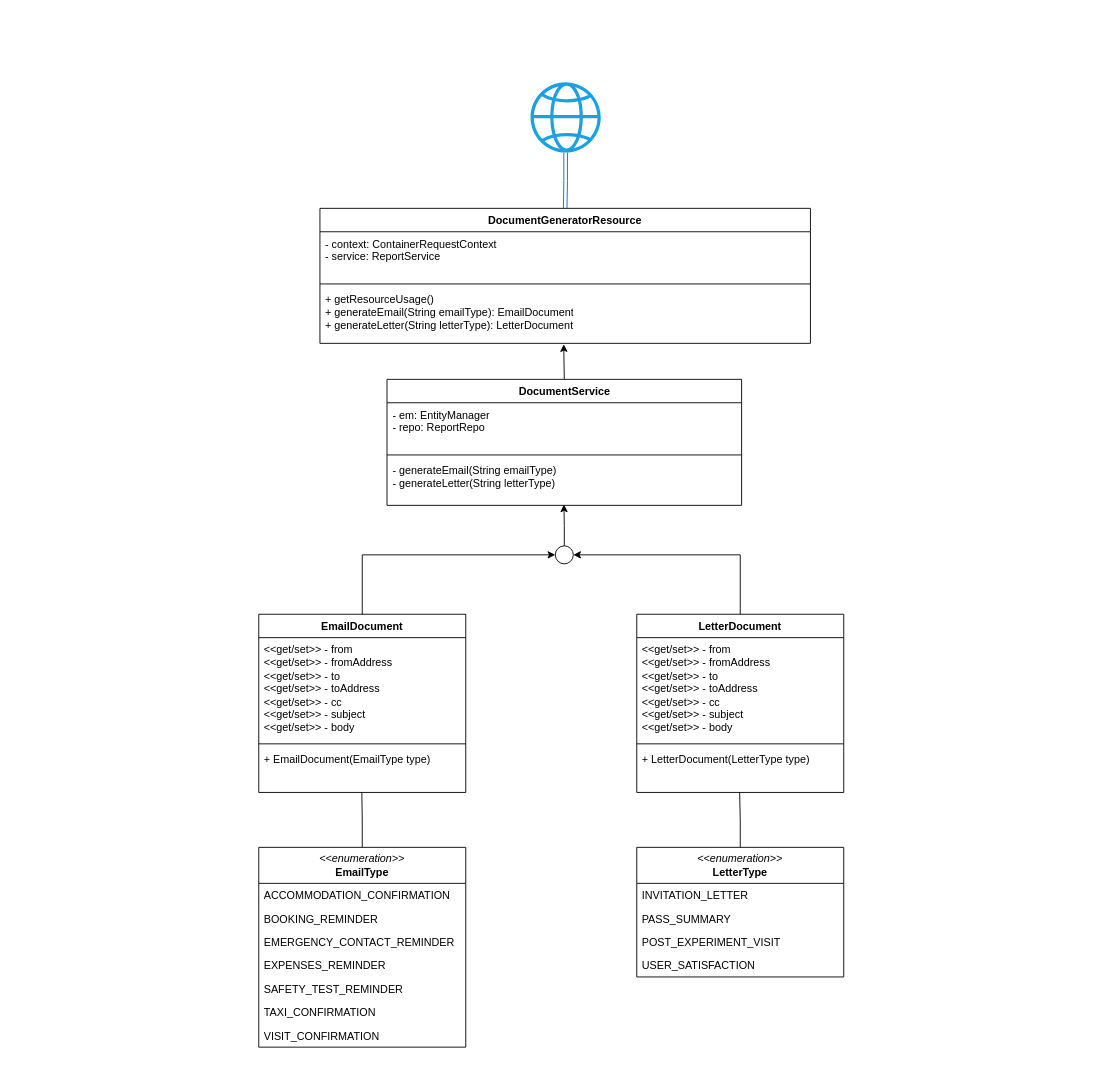
This is Document generation class diagram.drawio from ambolt314/FinalProjectDesign, a draw.io file, before an edit. Source tidied: cells renumbered, new cells numbered last; positions are measured from the earlier drawing's top-left corner, leaving out a move shared by most shapes. Both pictures are drawn from the tidied source at 90%, with x=0, y=0 at pixel (258, 82).
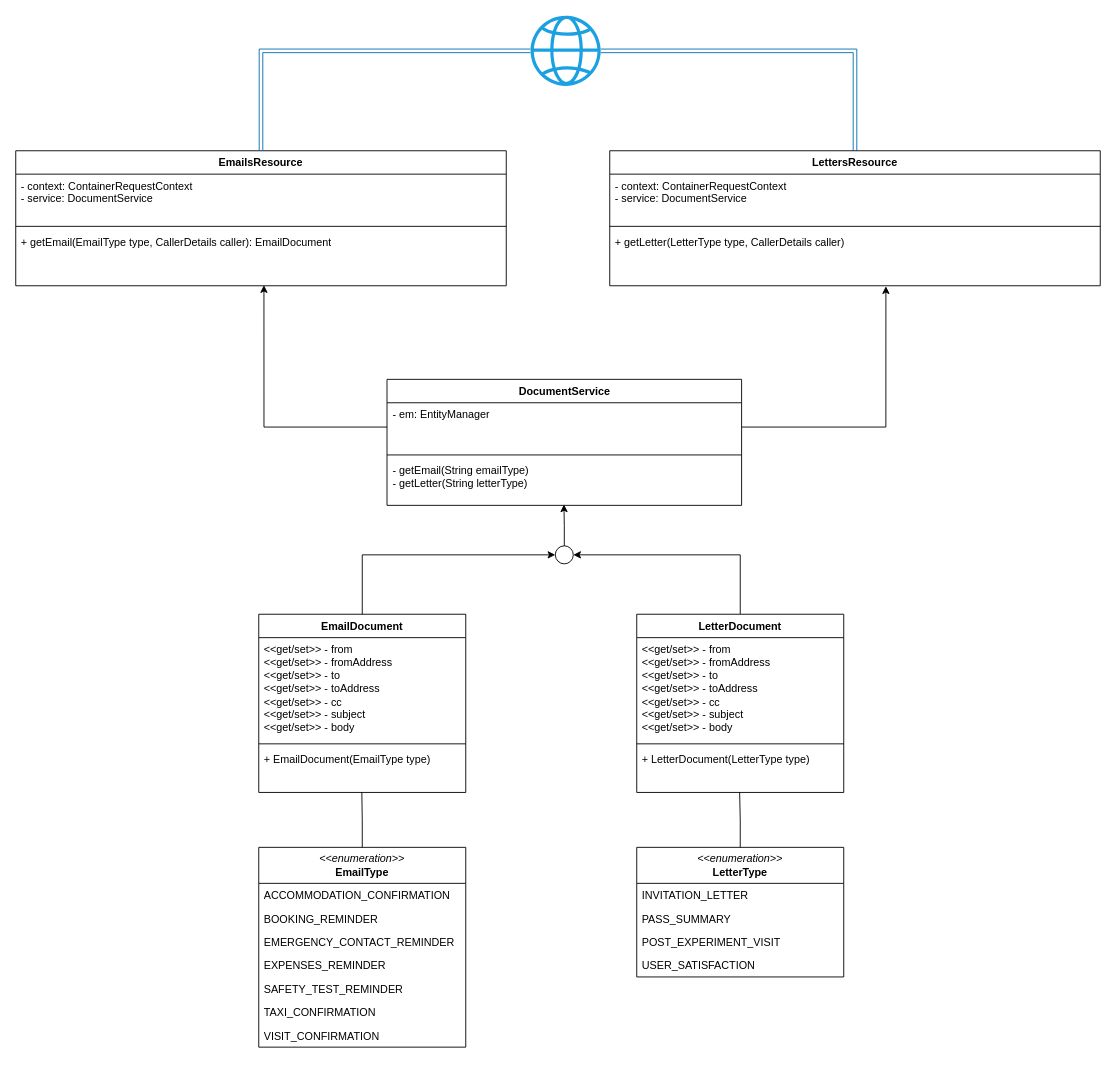
The same diagram, later.

Unchanged cells that the change refers to:
```xml
<mxCell id="7" value="DocumentService" style="swimlane;fontStyle=1;align=center;verticalAlign=top;horizontal=1;startSize=26;whiteSpace=wrap;html=1;" parent="1" vertex="1">
  <mxGeometry x="142.5" y="330" width="394" height="140" as="geometry" />
</mxCell>
```

What changed in the source:
```diff
@@
-    <mxCell id="2" value="DocumentGeneratorResource" style="swimlane;fontStyle=1;align=center;verticalAlign=top;horizontal=1;startSize=26;whiteSpace=wrap;html=1;" parent="1" vertex="1">
-      <mxGeometry x="68" y="140" width="545" height="150" as="geometry" />
+    <mxCell id="2" value="EmailsResource" style="swimlane;fontStyle=1;align=center;verticalAlign=top;horizontal=1;startSize=26;whiteSpace=wrap;html=1;" parent="1" vertex="1">
+      <mxGeometry x="-270" y="76" width="545" height="150" as="geometry" />
     </mxCell>
-    <mxCell id="3" value="&lt;div&gt;- context: ContainerRequestContext&lt;/div&gt;&lt;div&gt;- service: ReportService&lt;br&gt;&lt;/div&gt;" style="text;strokeColor=none;fillColor=none;align=left;verticalAlign=top;spacingLeft=4;spacingRight=4;overflow=hidden;whiteSpace=wrap;html=1;" parent="2" vertex="1">
+    <mxCell id="3" value="&lt;div&gt;- context: ContainerRequestContext&lt;/div&gt;&lt;div&gt;- service: DocumentService&lt;br&gt;&lt;/div&gt;" style="text;strokeColor=none;fillColor=none;align=left;verticalAlign=top;spacingLeft=4;spacingRight=4;overflow=hidden;whiteSpace=wrap;html=1;" parent="2" vertex="1">
       <mxGeometry y="26" width="545" height="54" as="geometry" />
     </mxCell>
@@
-    <mxCell id="5" value="&lt;div&gt;+ getResourceUsage()&lt;/div&gt;&lt;div&gt;+ generateEmail(String emailType): EmailDocument&lt;br&gt;&lt;/div&gt;&lt;div&gt;+ generateLetter(String letterType): LetterDocument&lt;br&gt;&lt;/div&gt;" style="text;strokeColor=none;fillColor=none;align=left;verticalAlign=top;spacingLeft=4;spacingRight=4;overflow=hidden;points=[[0,0.5],[1,0.5]];portConstraint=eastwest;whiteSpace=wrap;html=1;" parent="2" vertex="1">
+    <mxCell id="5" value="+ getEmail(EmailType type, CallerDetails caller): EmailDocument" style="text;strokeColor=none;fillColor=none;align=left;verticalAlign=top;spacingLeft=4;spacingRight=4;overflow=hidden;points=[[0,0.5],[1,0.5]];portConstraint=eastwest;whiteSpace=wrap;html=1;" parent="2" vertex="1">
       <mxGeometry y="88" width="545" height="62" as="geometry" />
     </mxCell>
-    <mxCell id="6" style="edgeStyle=orthogonalEdgeStyle;rounded=0;jettySize=auto;html=1;entryX=0.497;entryY=1.016;entryDx=0;entryDy=0;exitX=0.5;exitY=0;exitDx=0;exitDy=0;entryPerimeter=0;" parent="1" edge="1" source="7" target="5">
+    <mxCell id="6" style="edgeStyle=orthogonalEdgeStyle;rounded=0;jettySize=auto;html=1;entryX=0.506;entryY=0.99;entryDx=0;entryDy=0;exitX=0;exitY=0.5;exitDx=0;exitDy=0;entryPerimeter=0;" parent="1" edge="1" source="8" target="5">
       <mxGeometry relative="1" as="geometry" />
     </mxCell>
+    <mxCell id="40" style="edgeStyle=orthogonalEdgeStyle;rounded=0;jettySize=auto;html=1;entryX=0.563;entryY=1.01;entryDx=0;entryDy=0;entryPerimeter=0;exitX=1;exitY=0.5;exitDx=0;exitDy=0;" parent="1" edge="1" source="8" target="45">
+      <mxGeometry relative="1" as="geometry" />
+    </mxCell>
@@
-    <mxCell id="8" value="&lt;div&gt;- em: EntityManager&lt;/div&gt;&lt;div&gt;- repo: ReportRepo&lt;br&gt;&lt;/div&gt;" style="text;strokeColor=none;fillColor=none;align=left;verticalAlign=top;spacingLeft=4;spacingRight=4;overflow=hidden;points=[[0,0.5],[1,0.5]];portConstraint=eastwest;whiteSpace=wrap;html=1;" parent="7" vertex="1">
+    <mxCell id="8" value="&lt;div&gt;- em: EntityManager&lt;/div&gt;" style="text;strokeColor=none;fillColor=none;align=left;verticalAlign=top;spacingLeft=4;spacingRight=4;overflow=hidden;points=[[0,0.5],[1,0.5]];portConstraint=eastwest;whiteSpace=wrap;html=1;" parent="7" vertex="1">
       <mxGeometry y="26" width="394" height="54" as="geometry" />
     </mxCell>
@@
-    <mxCell id="10" value="&lt;div&gt;- generateEmail(String emailType)&lt;/div&gt;&lt;div&gt;- generateLetter(String letterType)&lt;/div&gt;" style="text;strokeColor=none;fillColor=none;align=left;verticalAlign=top;spacingLeft=4;spacingRight=4;overflow=hidden;points=[[0,0.5],[1,0.5]];portConstraint=eastwest;whiteSpace=wrap;html=1;" parent="7" vertex="1">
+    <mxCell id="10" value="&lt;div&gt;- getEmail(String emailType)&lt;/div&gt;&lt;div&gt;- getLetter(String letterType)&lt;/div&gt;" style="text;strokeColor=none;fillColor=none;align=left;verticalAlign=top;spacingLeft=4;spacingRight=4;overflow=hidden;points=[[0,0.5],[1,0.5]];portConstraint=eastwest;whiteSpace=wrap;html=1;" parent="7" vertex="1">
       <mxGeometry y="88" width="394" height="52" as="geometry" />
     </mxCell>
@@
-    <mxCell id="16" style="edgeStyle=orthogonalEdgeStyle;rounded=0;jettySize=auto;html=1;entryX=0.5;entryY=0;entryDx=0;entryDy=0;shape=link;fillColor=#1ba1e2;strokeColor=#006EAF;" parent="1" edge="1" source="17" target="2">
+    <mxCell id="16" style="edgeStyle=orthogonalEdgeStyle;rounded=0;jettySize=auto;html=1;shape=link;strokeColor=#006eaf;" parent="1" edge="1" source="17" target="2">
       <mxGeometry relative="1" as="geometry" />
     </mxCell>
+    <mxCell id="41" style="edgeStyle=orthogonalEdgeStyle;rounded=0;jettySize=auto;html=1;shape=link;strokeColor=#006eaf;" parent="1" edge="1" source="17" target="42">
+      <mxGeometry relative="1" as="geometry" />
+    </mxCell>
     <mxCell id="17" style="sketch=0;outlineConnect=0;fillColor=#1ba1e2;strokeColor=#006EAF;dashed=0;verticalLabelPosition=bottom;verticalAlign=top;align=center;html=1;fontSize=12;fontStyle=0;shape=mxgraph.aws4.globe;fontColor=#ffffff;" parent="1" vertex="1">
-      <mxGeometry x="302" width="78" height="78" as="geometry" />
+      <mxGeometry x="302" y="-74" width="78" height="78" as="geometry" />
     </mxCell>
@@
+    <mxCell id="42" value="LettersResource" style="swimlane;fontStyle=1;align=center;verticalAlign=top;horizontal=1;startSize=26;whiteSpace=wrap;html=1;" parent="1" vertex="1">
+      <mxGeometry x="390" y="76" width="545" height="150" as="geometry" />
+    </mxCell>
+    <mxCell id="43" value="&lt;div&gt;- context: ContainerRequestContext&lt;/div&gt;&lt;div&gt;- service: DocumentService&lt;br&gt;&lt;/div&gt;" style="text;strokeColor=none;fillColor=none;align=left;verticalAlign=top;spacingLeft=4;spacingRight=4;overflow=hidden;whiteSpace=wrap;html=1;" parent="42" vertex="1">
+      <mxGeometry y="26" width="545" height="54" as="geometry" />
+    </mxCell>
+    <mxCell id="44" style="line;strokeWidth=1;fillColor=none;align=left;verticalAlign=middle;spacingTop=-1;spacingLeft=3;spacingRight=3;labelPosition=right;strokeColor=inherit;" parent="42" vertex="1">
+      <mxGeometry y="80" width="545" height="8" as="geometry" />
+    </mxCell>
+    <mxCell id="45" value="+ getLetter(LetterType type, CallerDetails caller)" style="text;strokeColor=none;fillColor=none;align=left;verticalAlign=top;spacingLeft=4;spacingRight=4;overflow=hidden;points=[[0,0.5],[1,0.5]];portConstraint=eastwest;whiteSpace=wrap;html=1;" parent="42" vertex="1">
+      <mxGeometry y="88" width="545" height="62" as="geometry" />
+    </mxCell>
```
